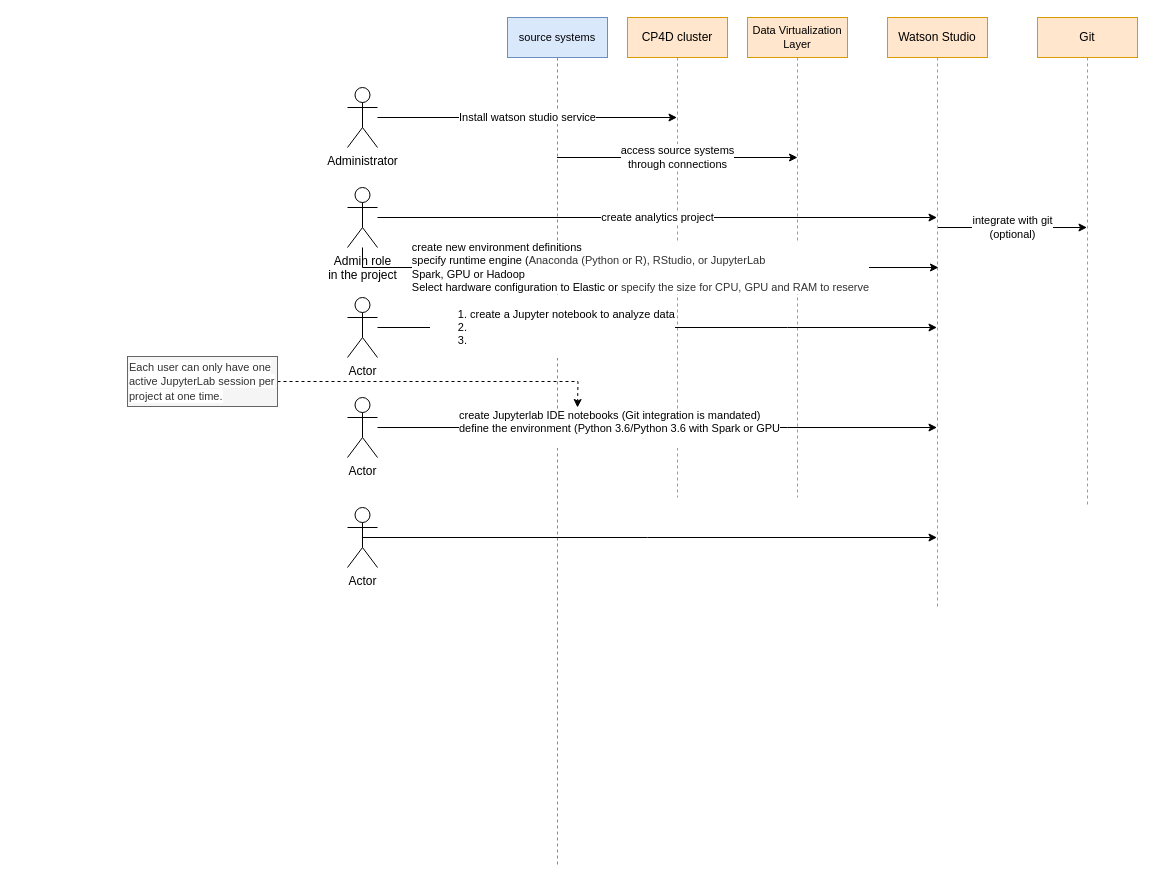
Earlier version of the draw.io diagram watson-studio.drawio (kanchantewary/CloudPakForData). Source tidied: cells renumbered, new cells numbered last; positions are measured from the earlier drawing's top-left corner, leaving out a move shared by most shapes. Both pictures are drawn from the tidied source at 100%, with x=0, y=0 at pixel (127, 17).
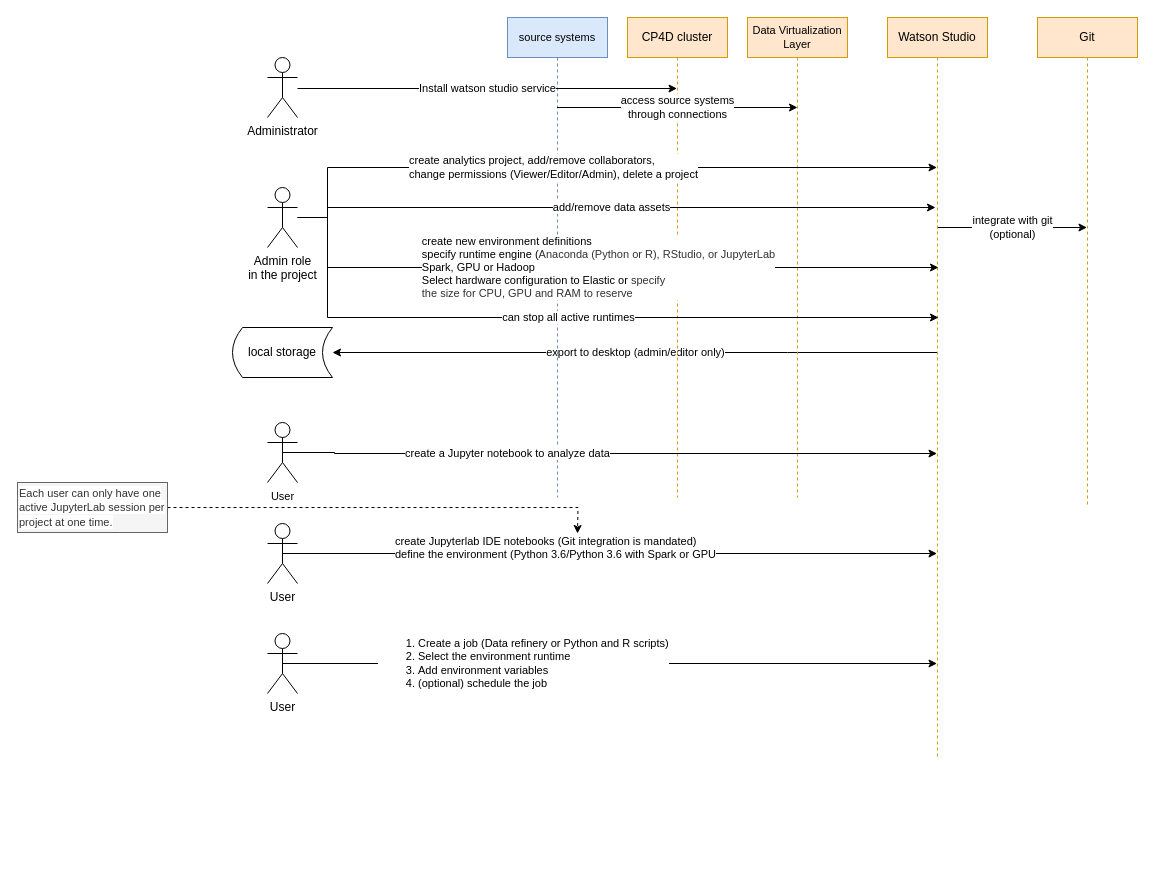
After the change.

The change refers to these unchanged cells:
```xml
<mxCell id="4" value="CP4D cluster" style="shape=umlLifeline;perimeter=lifelinePerimeter;whiteSpace=wrap;html=1;outlineConnect=0;fillColor=#ffe6cc;strokeColor=#d79b00;" parent="1" vertex="1">
  <mxGeometry x="500" width="100" height="480" as="geometry" />
</mxCell>
```

The edit, as a diff of the source:
```diff
@@
+    <mxCell id="23" value="export to desktop (admin/editor only)" style="edgeStyle=orthogonalEdgeStyle;rounded=0;jettySize=auto;html=1;" parent="1" edge="1" source="3" target="26">
+      <mxGeometry relative="1" as="geometry">
+        <Array as="points">
+          <mxPoint x="660" y="335" />
+          <mxPoint x="660" y="335" />
+        </Array>
+      </mxGeometry>
+    </mxCell>
     <mxCell id="3" value="Watson Studio" style="shape=umlLifeline;perimeter=lifelinePerimeter;whiteSpace=wrap;html=1;outlineConnect=0;fillColor=#ffe6cc;strokeColor=#d79b00;" parent="1" vertex="1">
-      <mxGeometry x="760" width="100" height="590" as="geometry" />
+      <mxGeometry x="760" width="100" height="740" as="geometry" />
     </mxCell>
@@
     <mxCell id="6" value="source systems" style="shape=umlLifeline;perimeter=lifelinePerimeter;whiteSpace=wrap;html=1;outlineConnect=0;fillColor=#dae8fc;strokeColor=#6c8ebf;fontSize=11;" parent="1" vertex="1">
-      <mxGeometry x="380" width="100" height="850" as="geometry" />
+      <mxGeometry x="380" width="100" height="480" as="geometry" />
     </mxCell>
     <mxCell id="7" value="access source systems &lt;br&gt;through connections" style="edgeStyle=orthogonalEdgeStyle;rounded=0;jettySize=auto;html=1;strokeWidth=1;fontSize=11;" parent="1" edge="1" source="6">
       <mxGeometry relative="1" as="geometry">
-        <mxPoint x="670" y="140" as="targetPoint" />
+        <mxPoint x="670" y="90" as="targetPoint" />
         <Array as="points">
-          <mxPoint x="510" y="140" />
-          <mxPoint x="510" y="140" />
+          <mxPoint x="670" y="90" />
         </Array>
       </mxGeometry>
     </mxCell>
-    <mxCell id="8" value="Install watson studio service" style="edgeStyle=orthogonalEdgeStyle;rounded=0;jettySize=auto;html=1;" parent="1" edge="1" source="9" target="4">
+    <mxCell id="8" value="Install watson studio service" style="edgeStyle=orthogonalEdgeStyle;rounded=0;orthogonalLoop=1;jettySize=auto;html=1;" parent="1" edge="1">
       <mxGeometry relative="1" as="geometry">
+        <mxPoint x="170" y="71" as="sourcePoint" />
+        <mxPoint x="549.5" y="71" as="targetPoint" />
         <Array as="points">
-          <mxPoint x="400" y="100" />
-          <mxPoint x="400" y="100" />
+          <mxPoint x="400" y="71" />
+          <mxPoint x="400" y="71" />
         </Array>
       </mxGeometry>
     </mxCell>
     <mxCell id="9" value="Administrator" style="shape=umlActor;verticalLabelPosition=bottom;verticalAlign=top;html=1;outlineConnect=0;" parent="1" vertex="1">
-      <mxGeometry x="220" y="70" width="30" height="60" as="geometry" />
+      <mxGeometry x="140" y="40" width="30" height="60" as="geometry" />
     </mxCell>
-    <mxCell id="10" value="create analytics project" style="edgeStyle=orthogonalEdgeStyle;rounded=0;jettySize=auto;html=1;" parent="1" edge="1" source="12" target="3">
-      <mxGeometry relative="1" as="geometry">
+    <mxCell id="10" value="create analytics project, add/remove collaborators, &lt;br&gt;change permissions (Viewer/Editor/Admin), delete a project" style="edgeStyle=orthogonalEdgeStyle;rounded=0;jettySize=auto;html=1;align=left;" parent="1" edge="1" target="3">
+      <mxGeometry y="200" relative="1" as="geometry">
+        <mxPoint x="200" y="200" as="sourcePoint" />
         <Array as="points">
-          <mxPoint x="570" y="200" />
-          <mxPoint x="570" y="200" />
+          <mxPoint x="200" y="150" />
         </Array>
+        <mxPoint x="-200" y="200" as="offset" />
       </mxGeometry>
     </mxCell>
-    <mxCell id="11" value="&lt;div style=&quot;text-align: left&quot;&gt;create new environment definitions&lt;/div&gt;&lt;font style=&quot;font-size: 11px&quot;&gt;&lt;div style=&quot;text-align: left&quot;&gt;specify runtime engine (&lt;span style=&quot;color: rgb(50 , 50 , 50) ; font-family: &amp;#34;ibm plex sans&amp;#34; , , &amp;#34;helvetica neue&amp;#34; , &amp;#34;arial&amp;#34; , sans-serif&quot;&gt;Anaconda (Python or R), RStudio, or JupyterLab&lt;/span&gt;&lt;/div&gt;&lt;div style=&quot;text-align: left&quot;&gt;Spark, GPU or Hadoop&lt;/div&gt;&lt;div style=&quot;text-align: left&quot;&gt;Select hardware configuration to Elastic or&amp;nbsp;&lt;span style=&quot;color: rgb(50 , 50 , 50) ; font-family: &amp;#34;ibm plex sans&amp;#34; , , &amp;#34;helvetica neue&amp;#34; , &amp;#34;arial&amp;#34; , sans-serif&quot;&gt;specify the size for CPU, GPU and RAM to reserve&lt;/span&gt;&lt;/div&gt;&lt;/font&gt;" style="edgeStyle=orthogonalEdgeStyle;rounded=0;jettySize=auto;html=1;" parent="1" edge="1" source="12">
+    <mxCell id="11" value="&lt;div style=&quot;text-align: left&quot;&gt;create new environment definitions&lt;/div&gt;&lt;font style=&quot;font-size: 11px&quot;&gt;&lt;div style=&quot;text-align: left&quot;&gt;specify runtime engine (&lt;span style=&quot;color: rgb(50 , 50 , 50) ; font-family: &amp;#34;ibm plex sans&amp;#34; , , &amp;#34;helvetica neue&amp;#34; , &amp;#34;arial&amp;#34; , sans-serif&quot;&gt;Anaconda (Python or R), RStudio, or JupyterLab&lt;/span&gt;&lt;/div&gt;&lt;div style=&quot;text-align: left&quot;&gt;Spark, GPU or Hadoop&lt;/div&gt;&lt;div style=&quot;text-align: left&quot;&gt;Select hardware configuration to Elastic or&amp;nbsp;&lt;span style=&quot;color: rgb(50 , 50 , 50) ; font-family: &amp;#34;ibm plex sans&amp;#34; , , &amp;#34;helvetica neue&amp;#34; , &amp;#34;arial&amp;#34; , sans-serif&quot;&gt;specify&amp;nbsp;&lt;/span&gt;&lt;/div&gt;&lt;div style=&quot;text-align: left&quot;&gt;&lt;span style=&quot;color: rgb(50 , 50 , 50) ; font-family: &amp;#34;ibm plex sans&amp;#34; , , &amp;#34;helvetica neue&amp;#34; , &amp;#34;arial&amp;#34; , sans-serif&quot;&gt;the size for CPU, GPU and RAM to reserve&lt;/span&gt;&lt;/div&gt;&lt;/font&gt;" style="edgeStyle=orthogonalEdgeStyle;rounded=0;orthogonalLoop=1;jettySize=auto;html=1;" parent="1" edge="1">
       <mxGeometry relative="1" as="geometry">
+        <mxPoint x="180" y="200" as="sourcePoint" />
         <mxPoint x="811" y="250" as="targetPoint" />
         <Array as="points">
-          <mxPoint x="235" y="250" />
-          <mxPoint x="811" y="250" />
+          <mxPoint x="200" y="200" />
+          <mxPoint x="200" y="250" />
         </Array>
       </mxGeometry>
     </mxCell>
+    <mxCell id="24" value="can stop all active runtimes" style="edgeStyle=orthogonalEdgeStyle;rounded=0;jettySize=auto;html=1;" parent="1" edge="1" source="12">
+      <mxGeometry relative="1" as="geometry">
+        <mxPoint x="811" y="300" as="targetPoint" />
+        <Array as="points">
+          <mxPoint x="200" y="200" />
+          <mxPoint x="200" y="300" />
+        </Array>
+      </mxGeometry>
+    </mxCell>
+    <mxCell id="25" value="add/remove data assets" style="edgeStyle=orthogonalEdgeStyle;rounded=0;jettySize=auto;html=1;" parent="1" edge="1" source="12">
+      <mxGeometry relative="1" as="geometry">
+        <mxPoint x="808" y="190" as="targetPoint" />
+        <Array as="points">
+          <mxPoint x="200" y="200" />
+          <mxPoint x="200" y="190" />
+          <mxPoint x="808" y="190" />
+        </Array>
+      </mxGeometry>
+    </mxCell>
     <mxCell id="12" value="Admin role &lt;br&gt;in the project" style="shape=umlActor;verticalLabelPosition=bottom;verticalAlign=top;html=1;outlineConnect=0;" parent="1" vertex="1">
-      <mxGeometry x="220" y="170" width="30" height="60" as="geometry" />
+      <mxGeometry x="140" y="170" width="30" height="60" as="geometry" />
     </mxCell>
@@
-    <mxCell id="14" value="&lt;ol&gt;&lt;li&gt;create a Jupyter notebook to analyze data&lt;/li&gt;&lt;li&gt;&lt;br&gt;&lt;/li&gt;&lt;li&gt;&lt;br&gt;&lt;/li&gt;&lt;/ol&gt;" style="edgeStyle=orthogonalEdgeStyle;rounded=0;jettySize=auto;html=1;align=left;" parent="1" edge="1" source="15" target="3">
+    <mxCell id="14" value="create a Jupyter notebook to analyze data" style="edgeStyle=orthogonalEdgeStyle;rounded=0;jettySize=auto;html=1;align=left;exitX=0.5;exitY=0.5;exitDx=0;exitDy=0;exitPerimeter=0;" parent="1" edge="1" source="15">
       <mxGeometry x="0.47" y="-360" relative="1" as="geometry">
+        <mxPoint x="809.5" y="436" as="targetPoint" />
         <Array as="points">
-          <mxPoint x="660" y="310" />
-          <mxPoint x="660" y="310" />
+          <mxPoint x="207" y="436" />
         </Array>
         <mxPoint x="-360" y="-360" as="offset" />
       </mxGeometry>
     </mxCell>
-    <mxCell id="15" value="Actor" style="shape=umlActor;verticalLabelPosition=bottom;verticalAlign=top;html=1;outlineConnect=0;" parent="1" vertex="1">
-      <mxGeometry x="220" y="280" width="30" height="60" as="geometry" />
+    <mxCell id="15" value="&lt;font style=&quot;font-size: 11px&quot;&gt;User&lt;/font&gt;" style="shape=umlActor;verticalLabelPosition=bottom;verticalAlign=top;html=1;outlineConnect=0;" parent="1" vertex="1">
+      <mxGeometry x="140" y="405" width="30" height="60" as="geometry" />
     </mxCell>
-    <mxCell id="16" style="edgeStyle=orthogonalEdgeStyle;rounded=0;jettySize=auto;html=1;" parent="1" edge="1" source="18" target="3">
+    <mxCell id="16" style="edgeStyle=orthogonalEdgeStyle;rounded=0;jettySize=auto;html=1;exitX=0.5;exitY=0.5;exitDx=0;exitDy=0;exitPerimeter=0;" parent="1" edge="1" source="18">
       <mxGeometry relative="1" as="geometry">
-        <Array as="points">
-          <mxPoint x="660" y="410" />
-          <mxPoint x="660" y="410" />
-        </Array>
+        <mxPoint x="809.5" y="536" as="targetPoint" />
       </mxGeometry>
     </mxCell>
@@
-    <mxCell id="18" value="Actor" style="shape=umlActor;verticalLabelPosition=bottom;verticalAlign=top;html=1;outlineConnect=0;" parent="1" vertex="1">
-      <mxGeometry x="220" y="380" width="30" height="60" as="geometry" />
+    <mxCell id="18" value="User" style="shape=umlActor;verticalLabelPosition=bottom;verticalAlign=top;html=1;outlineConnect=0;" parent="1" vertex="1">
+      <mxGeometry x="140" y="506" width="30" height="60" as="geometry" />
     </mxCell>
-    <mxCell id="19" style="edgeStyle=orthogonalEdgeStyle;rounded=0;jettySize=auto;html=1;exitX=0.5;exitY=0.5;exitDx=0;exitDy=0;exitPerimeter=0;" parent="1" edge="1" source="20" target="3">
-      <mxGeometry relative="1" as="geometry">
+    <mxCell id="19" value="&lt;ol&gt;&lt;li&gt;Create a job (Data refinery or Python and R scripts)&lt;/li&gt;&lt;li&gt;Select the environment runtime&lt;/li&gt;&lt;li&gt;Add environment variables&lt;/li&gt;&lt;li&gt;(optional) schedule the job&lt;/li&gt;&lt;/ol&gt;" style="edgeStyle=orthogonalEdgeStyle;rounded=0;jettySize=auto;html=1;exitX=0.5;exitY=0.5;exitDx=0;exitDy=0;exitPerimeter=0;align=left;" parent="1" edge="1" source="20">
+      <mxGeometry x="-0.01" y="-230" relative="1" as="geometry">
+        <mxPoint x="809.5" y="646" as="targetPoint" />
         <Array as="points">
-          <mxPoint x="520" y="520" />
-          <mxPoint x="520" y="520" />
+          <mxPoint x="520" y="646" />
+          <mxPoint x="520" y="646" />
         </Array>
+        <mxPoint x="-230" y="-230" as="offset" />
       </mxGeometry>
     </mxCell>
-    <mxCell id="20" value="Actor" style="shape=umlActor;verticalLabelPosition=bottom;verticalAlign=top;html=1;outlineConnect=0;" parent="1" vertex="1">
-      <mxGeometry x="220" y="490" width="30" height="60" as="geometry" />
+    <mxCell id="20" value="User" style="shape=umlActor;verticalLabelPosition=bottom;verticalAlign=top;html=1;outlineConnect=0;" parent="1" vertex="1">
+      <mxGeometry x="140" y="616" width="30" height="60" as="geometry" />
     </mxCell>
     <mxCell id="21" style="edgeStyle=orthogonalEdgeStyle;rounded=0;jettySize=auto;html=1;dashed=1;" parent="1" edge="1" source="22">
       <mxGeometry relative="1" as="geometry">
-        <mxPoint x="450" y="390" as="targetPoint" />
+        <mxPoint x="450" y="516" as="targetPoint" />
       </mxGeometry>
     </mxCell>
     <mxCell id="22" value="&lt;span style=&quot;color: rgb(50 , 50 , 50) ; background-color: rgb(255 , 255 , 255)&quot;&gt;&lt;font style=&quot;font-size: 11px&quot;&gt;Each user can only have one active JupyterLab session per project at one time.&lt;/font&gt;&lt;/span&gt;" style="text;html=1;strokeColor=#666666;fillColor=#f5f5f5;align=left;verticalAlign=middle;whiteSpace=wrap;rounded=0;fontColor=#333333;" parent="1" vertex="1">
-      <mxGeometry y="339" width="150" height="50" as="geometry" />
+      <mxGeometry x="-110" y="465" width="150" height="50" as="geometry" />
     </mxCell>
+    <mxCell id="26" value="local storage" style="shape=dataStorage;whiteSpace=wrap;html=1;" parent="1" vertex="1">
+      <mxGeometry x="105" y="310" width="100" height="50" as="geometry" />
+    </mxCell>
```
